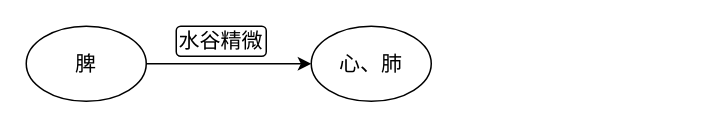
The draw.io diagram 医门推敲叁/中医藏象学说/藏像学说之脾/脾的主要生理功能/004脾主生血统血-主生血.drawio in 328507133/chart, before the edit. Source tidied: cells renumbered, new cells numbered last; positions are measured from the earlier drawing's top-left corner, leaving out a move shared by most shapes. Both pictures are drawn from the tidied source at 150%, with x=0, y=0 at pixel (26, 26).
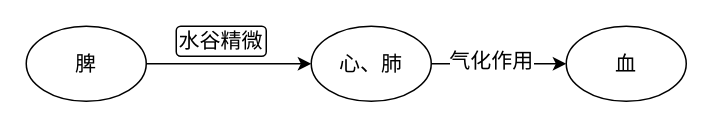
Above is the later version.

Commit message (it also covers changes not shown here):
更新004脾主生血统血-主生血.drawio

Diff of the diagram source:
```diff
@@
 <mxGraphModel>
   <root>
     <mxCell id="0" />
     <mxCell id="1" parent="0" />
     <mxCell id="2" style="edgeStyle=orthogonalEdgeStyle;rounded=0;jettySize=auto;html=1;exitX=1;exitY=0.5;exitDx=0;exitDy=0;entryX=0;entryY=0.5;entryDx=0;entryDy=0;" parent="1" edge="1" source="3" target="4">
       <mxGeometry relative="1" as="geometry" />
     </mxCell>
     <mxCell id="3" value="脾" style="ellipse;whiteSpace=wrap;html=1;fontSize=14;" parent="1" vertex="1">
       <mxGeometry width="80" height="50" as="geometry" />
     </mxCell>
+    <mxCell id="6" style="edgeStyle=orthogonalEdgeStyle;rounded=0;jettySize=auto;html=1;exitX=1;exitY=0.5;exitDx=0;exitDy=0;entryX=0;entryY=0.5;entryDx=0;entryDy=0;" parent="1" edge="1" source="4" target="8">
+      <mxGeometry relative="1" as="geometry" />
+    </mxCell>
+    <mxCell id="7" value="气化作用" style="edgeLabel;html=1;align=center;verticalAlign=middle;fontSize=14;" parent="6" vertex="1">
+      <mxGeometry x="-0.14" y="3" relative="1" as="geometry" />
+    </mxCell>
     <mxCell id="4" value="心、肺" style="ellipse;whiteSpace=wrap;html=1;fontSize=14;" parent="1" vertex="1">
       <mxGeometry x="190" width="80" height="50" as="geometry" />
     </mxCell>
     <mxCell id="5" value="水谷精微" style="rounded=1;whiteSpace=wrap;html=1;fontSize=14;" parent="1" vertex="1">
       <mxGeometry x="100" width="60" height="20" as="geometry" />
     </mxCell>
+    <mxCell id="8" value="血" style="ellipse;whiteSpace=wrap;html=1;fontSize=14;" parent="1" vertex="1">
+      <mxGeometry x="360" width="80" height="50" as="geometry" />
+    </mxCell>
   </root>
 </mxGraphModel>
```
